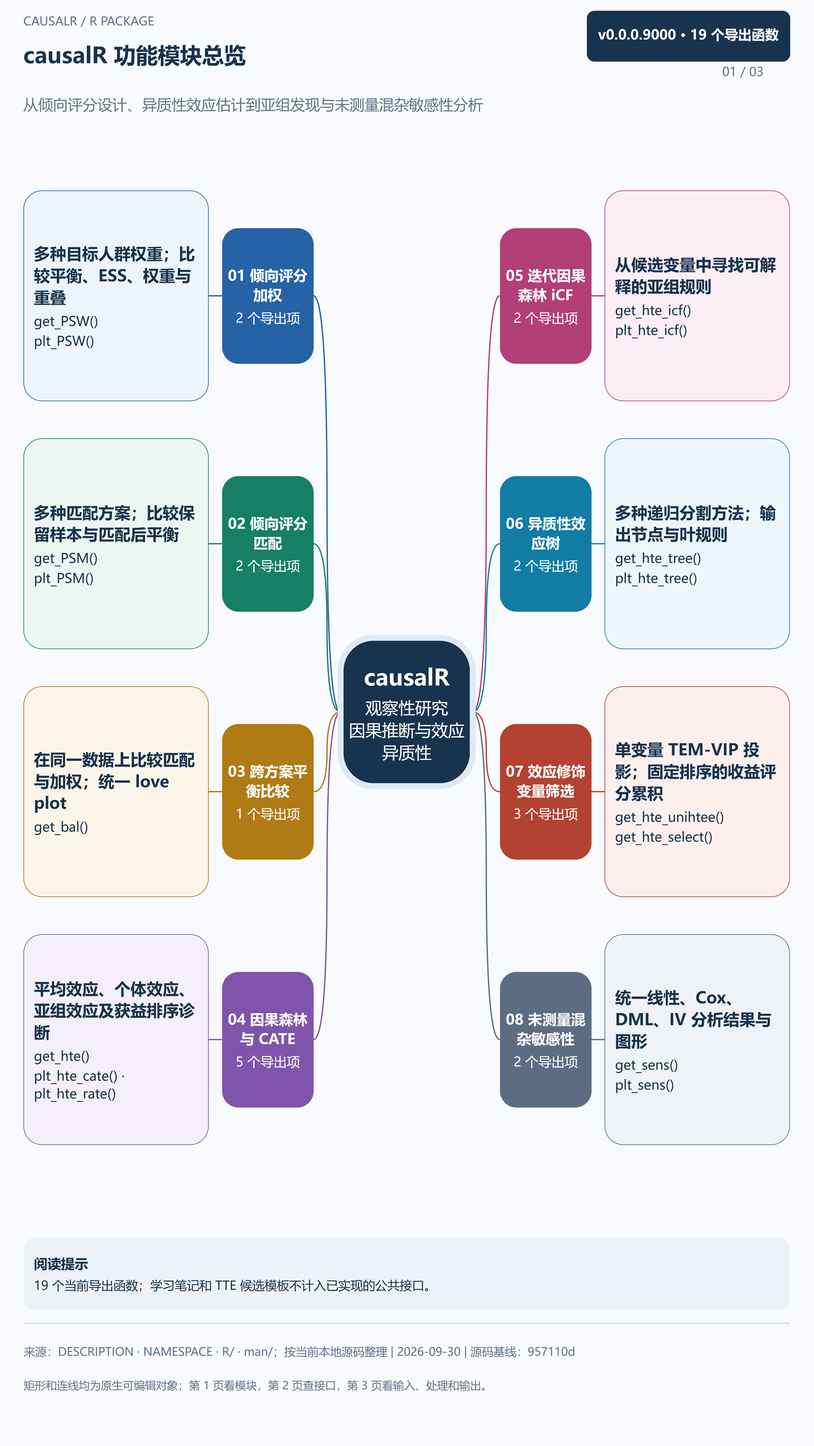
Above: docs/assets/module-maps/causalr/causalr-package-mindmap-p1.drawio.png in HUI950319/Rnotes (draw.io), before the change. Source tidied: cells renumbered, new cells last; positions are measured from the earlier drawing's top-left corner, leaving out a move shared by most shapes.
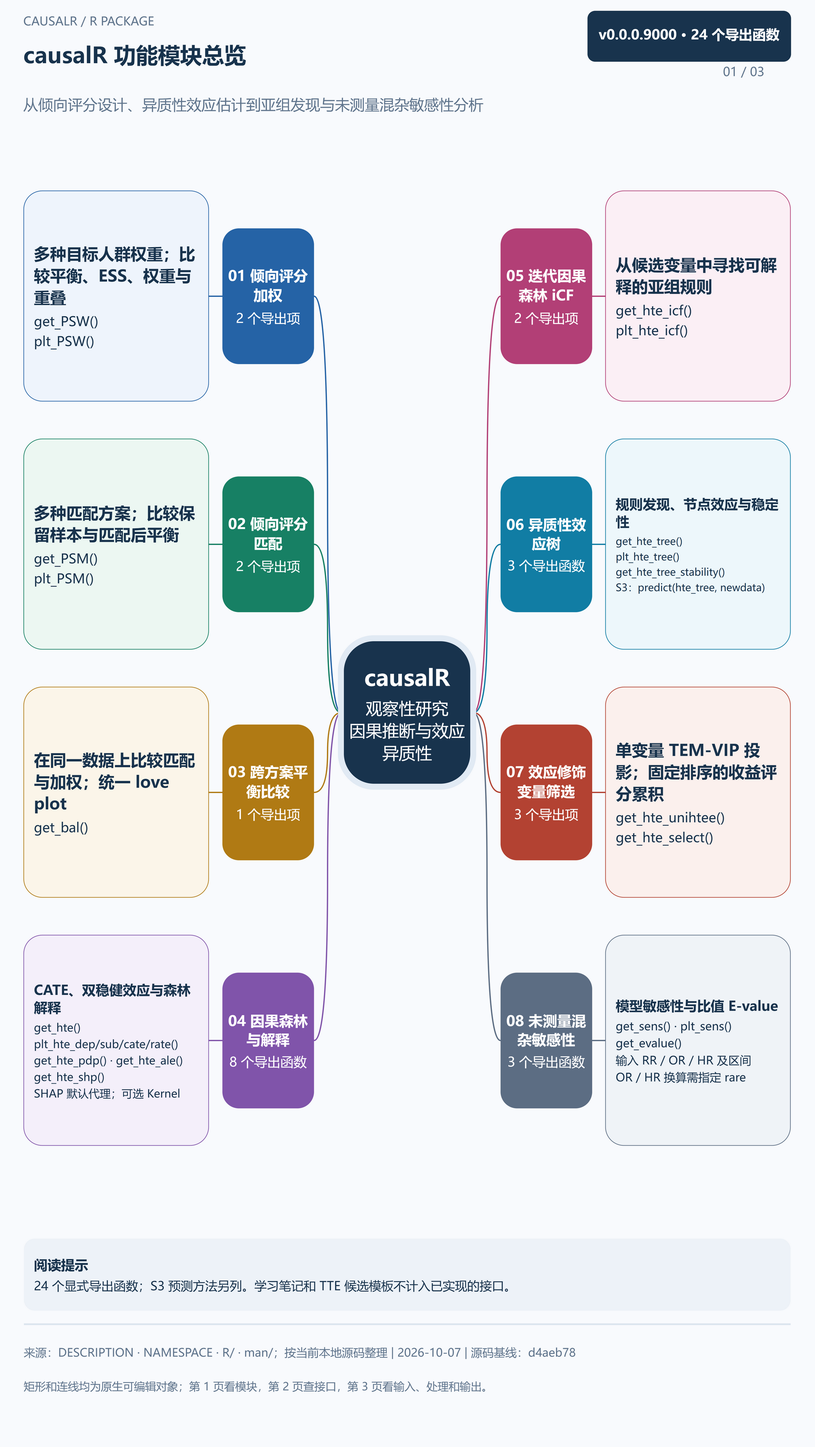
Later version of the same file.

Diff of the diagram source:
```diff
@@ -62,7 +62,7 @@
     <mxCell id="21" value="从倾向评分设计、异质性效应估计到亚组发现与未测量混杂敏感性分析" style="whiteSpace=wrap;html=1;fontFamily=Microsoft YaHei;overflow=hidden;text;fillColor=none;strokeColor=none;align=left;verticalAlign=middle;fontSize=35;fontColor=#60758D;fontStyle=0;spacing=0;" parent="1" vertex="1">
       <mxGeometry x="55" y="190" width="1810" height="110" as="geometry" />
     </mxCell>
-    <mxCell id="22" value="&lt;div style=&quot;overflow-wrap:anywhere;font-family:Microsoft YaHei,Arial;line-height:1.35;color:#FFFFFF&quot;&gt;&lt;div style=&quot;font-size:32px;font-weight:700;margin-bottom:10px&quot;&gt;v0.0.0.9000 · 19 个导出函数&lt;/div&gt;&lt;/div&gt;" style="whiteSpace=wrap;html=1;fontFamily=Microsoft YaHei;overflow=hidden;rounded=1;arcSize=15;fillColor=#18334D;strokeColor=none;fontColor=#FFFFFF;align=center;" parent="1" vertex="1">
+    <mxCell id="22" value="&lt;div style=&quot;overflow-wrap:anywhere;font-family:Microsoft YaHei,Arial;line-height:1.35;color:#FFFFFF&quot;&gt;&lt;div style=&quot;font-size:32px;font-weight:700;margin-bottom:10px&quot;&gt;v0.0.0.9000 · 24 个导出函数&lt;/div&gt;&lt;/div&gt;" style="whiteSpace=wrap;html=1;fontFamily=Microsoft YaHei;overflow=hidden;rounded=1;arcSize=15;fillColor=#18334D;strokeColor=none;fontColor=#FFFFFF;align=center;" parent="1" vertex="1">
       <mxGeometry x="1385" y="25" width="480" height="120" as="geometry" />
     </mxCell>
     <mxCell id="23" value="01 / 03" style="whiteSpace=wrap;html=1;fontFamily=Microsoft YaHei;overflow=hidden;text;fillColor=none;strokeColor=none;align=left;verticalAlign=middle;fontSize=29;fontColor=#60758D;fontStyle=0;spacing=0;" parent="1" vertex="1">
@@ -71,7 +71,7 @@
     <mxCell id="24" style="whiteSpace=wrap;html=1;fontFamily=Microsoft YaHei;overflow=hidden;fillColor=#DCE5EF;strokeColor=none;" parent="1" vertex="1">
       <mxGeometry x="56" y="3120" width="1808" height="4" as="geometry" />
     </mxCell>
-    <mxCell id="25" value="来源：DESCRIPTION · NAMESPACE · R/ · man/；按当前本地源码整理 | 2026-09-30 | 源码基线：957110d" style="whiteSpace=wrap;html=1;fontFamily=Microsoft YaHei;overflow=hidden;text;fillColor=none;strokeColor=none;align=left;verticalAlign=middle;fontSize=27;fontColor=#60758D;fontStyle=0;spacing=0;" parent="1" vertex="1">
+    <mxCell id="25" value="来源：DESCRIPTION · NAMESPACE · R/ · man/；按当前本地源码整理 | 2026-10-07 | 源码基线：d4aeb78" style="whiteSpace=wrap;html=1;fontFamily=Microsoft YaHei;overflow=hidden;text;fillColor=none;strokeColor=none;align=left;verticalAlign=middle;fontSize=27;fontColor=#60758D;fontStyle=0;spacing=0;" parent="1" vertex="1">
       <mxGeometry x="56" y="3156" width="1808" height="64" as="geometry" />
     </mxCell>
     <mxCell id="26" value="矩形和连线均为原生可编辑对象；第 1 页看模块，第 2 页查接口，第 3 页看输入、处理和输出。" style="whiteSpace=wrap;html=1;fontFamily=Microsoft YaHei;overflow=hidden;text;fillColor=none;strokeColor=none;align=left;verticalAlign=middle;fontSize=26;fontColor=#60758D;fontStyle=0;spacing=0;" parent="1" vertex="1">
@@ -98,10 +98,10 @@
     <mxCell id="33" value="&lt;div style=&quot;overflow-wrap:anywhere;font-family:Microsoft YaHei,Arial;line-height:1.35;color:#18334D&quot;&gt;&lt;div style=&quot;font-size:38px;font-weight:700;margin-bottom:10px&quot;&gt;在同一数据上比较匹配与加权；统一 love plot&lt;/div&gt;&lt;div style=&quot;font-family:Microsoft YaHei,Arial;font-size:31px;margin-top:5px&quot;&gt;get_bal()&lt;/div&gt;&lt;/div&gt;" style="whiteSpace=wrap;html=1;fontFamily=Microsoft YaHei;overflow=hidden;rounded=1;arcSize=10;fillColor=#FBF5E9;strokeColor=#B07A14;strokeWidth=1.5;align=left;spacing=24;" parent="1" vertex="1">
       <mxGeometry x="56" y="1620" width="436" height="496" as="geometry" />
     </mxCell>
-    <mxCell id="34" value="&lt;div style=&quot;overflow-wrap:anywhere;font-family:Microsoft YaHei,Arial;line-height:1.35;color:#FFFFFF&quot;&gt;&lt;div style=&quot;font-size:34px;font-weight:700;margin-bottom:10px&quot;&gt;04 因果森林与 CATE&lt;/div&gt;&lt;div style=&quot;font-family:Microsoft YaHei,Arial;font-size:31px;margin-top:5px&quot;&gt;5 个导出项&lt;/div&gt;&lt;/div&gt;" style="whiteSpace=wrap;html=1;fontFamily=Microsoft YaHei;overflow=hidden;rounded=1;arcSize=18;fillColor=#8054AA;strokeColor=none;align=center;spacing=12;" parent="1" vertex="1">
+    <mxCell id="34" value="&lt;div style=&quot;overflow-wrap:anywhere;font-family:Microsoft YaHei,Arial;line-height:1.3;color:#FFFFFF&quot;&gt;&lt;div style=&quot;font-size:34px;font-weight:700;margin-bottom:10px&quot;&gt;04 因果森林与解释&lt;/div&gt;&lt;div style=&quot;font-size:31px;margin-top:5px&quot;&gt;8 个导出函数&lt;/div&gt;&lt;/div&gt;" style="whiteSpace=wrap;html=1;fontFamily=Microsoft YaHei;overflow=hidden;rounded=1;arcSize=18;fillColor=#8054AA;strokeColor=none;align=center;spacing=12;" parent="1" vertex="1">
       <mxGeometry x="524" y="2293" width="216" height="320" as="geometry" />
     </mxCell>
-    <mxCell id="35" value="&lt;div style=&quot;overflow-wrap:anywhere;font-family:Microsoft YaHei,Arial;line-height:1.35;color:#18334D&quot;&gt;&lt;div style=&quot;font-size:38px;font-weight:700;margin-bottom:10px&quot;&gt;平均效应、个体效应、亚组效应及获益排序诊断&lt;/div&gt;&lt;div style=&quot;font-family:Microsoft YaHei,Arial;font-size:31px;margin-top:5px&quot;&gt;get_hte()&lt;/div&gt;&lt;div style=&quot;font-family:Microsoft YaHei,Arial;font-size:31px;margin-top:5px&quot;&gt;plt_hte_cate() · plt_hte_rate()&lt;/div&gt;&lt;/div&gt;" style="whiteSpace=wrap;html=1;fontFamily=Microsoft YaHei;overflow=hidden;rounded=1;arcSize=10;fillColor=#F4EFFA;strokeColor=#8054AA;strokeWidth=1.5;align=left;spacing=24;" parent="1" vertex="1">
+    <mxCell id="35" value="&lt;div style=&quot;overflow-wrap:anywhere;font-family:Microsoft YaHei,Arial;line-height:1.3;color:#18334D&quot;&gt;&lt;div style=&quot;font-size:32px;font-weight:700;margin-bottom:10px&quot;&gt;CATE、双稳健效应与森林解释&lt;/div&gt;&lt;div style=&quot;font-size:26px;margin-top:5px&quot;&gt;get_hte()&lt;/div&gt;&lt;div style=&quot;font-size:26px;margin-top:5px&quot;&gt;plt_hte_dep/sub/cate/rate()&lt;/div&gt;&lt;div style=&quot;font-size:26px;margin-top:5px&quot;&gt;get_hte_pdp() · get_hte_ale()&lt;/div&gt;&lt;div style=&quot;font-size:26px;margin-top:5px&quot;&gt;get_hte_shp()&lt;/div&gt;&lt;div style=&quot;font-size:26px;margin-top:5px&quot;&gt;SHAP 默认代理；可选 Kernel&lt;/div&gt;&lt;/div&gt;" style="whiteSpace=wrap;html=1;fontFamily=Microsoft YaHei;overflow=hidden;rounded=1;arcSize=10;fillColor=#F4EFFA;strokeColor=#8054AA;strokeWidth=1.5;align=left;spacing=24;" parent="1" vertex="1">
       <mxGeometry x="56" y="2205" width="436" height="496" as="geometry" />
     </mxCell>
     <mxCell id="36" value="&lt;div style=&quot;overflow-wrap:anywhere;font-family:Microsoft YaHei,Arial;line-height:1.35;color:#FFFFFF&quot;&gt;&lt;div style=&quot;font-size:34px;font-weight:700;margin-bottom:10px&quot;&gt;05 迭代因果森林 iCF&lt;/div&gt;&lt;div style=&quot;font-family:Microsoft YaHei,Arial;font-size:31px;margin-top:5px&quot;&gt;2 个导出项&lt;/div&gt;&lt;/div&gt;" style="whiteSpace=wrap;html=1;fontFamily=Microsoft YaHei;overflow=hidden;rounded=1;arcSize=18;fillColor=#B23F76;strokeColor=none;align=center;spacing=12;" parent="1" vertex="1">
@@ -110,10 +110,10 @@
     <mxCell id="37" value="&lt;div style=&quot;overflow-wrap:anywhere;font-family:Microsoft YaHei,Arial;line-height:1.35;color:#18334D&quot;&gt;&lt;div style=&quot;font-size:38px;font-weight:700;margin-bottom:10px&quot;&gt;从候选变量中寻找可解释的亚组规则&lt;/div&gt;&lt;div style=&quot;font-family:Microsoft YaHei,Arial;font-size:31px;margin-top:5px&quot;&gt;get_hte_icf()&lt;/div&gt;&lt;div style=&quot;font-family:Microsoft YaHei,Arial;font-size:31px;margin-top:5px&quot;&gt;plt_hte_icf()&lt;/div&gt;&lt;/div&gt;" style="whiteSpace=wrap;html=1;fontFamily=Microsoft YaHei;overflow=hidden;rounded=1;arcSize=10;fillColor=#FBEFF5;strokeColor=#B23F76;strokeWidth=1.5;align=left;spacing=24;" parent="1" vertex="1">
       <mxGeometry x="1428" y="450" width="436" height="496" as="geometry" />
     </mxCell>
-    <mxCell id="38" value="&lt;div style=&quot;overflow-wrap:anywhere;font-family:Microsoft YaHei,Arial;line-height:1.35;color:#FFFFFF&quot;&gt;&lt;div style=&quot;font-size:34px;font-weight:700;margin-bottom:10px&quot;&gt;06 异质性效应树&lt;/div&gt;&lt;div style=&quot;font-family:Microsoft YaHei,Arial;font-size:31px;margin-top:5px&quot;&gt;2 个导出项&lt;/div&gt;&lt;/div&gt;" style="whiteSpace=wrap;html=1;fontFamily=Microsoft YaHei;overflow=hidden;rounded=1;arcSize=18;fillColor=#117DA4;strokeColor=none;align=center;spacing=12;" parent="1" vertex="1">
+    <mxCell id="38" value="&lt;div style=&quot;overflow-wrap:anywhere;font-family:Microsoft YaHei,Arial;line-height:1.3;color:#FFFFFF&quot;&gt;&lt;div style=&quot;font-size:34px;font-weight:700;margin-bottom:10px&quot;&gt;06 异质性效应树&lt;/div&gt;&lt;div style=&quot;font-size:31px;margin-top:5px&quot;&gt;3 个导出函数&lt;/div&gt;&lt;/div&gt;" style="whiteSpace=wrap;html=1;fontFamily=Microsoft YaHei;overflow=hidden;rounded=1;arcSize=18;fillColor=#117DA4;strokeColor=none;align=center;spacing=12;" parent="1" vertex="1">
       <mxGeometry x="1180" y="1123" width="216" height="320" as="geometry" />
     </mxCell>
-    <mxCell id="39" value="&lt;div style=&quot;overflow-wrap:anywhere;font-family:Microsoft YaHei,Arial;line-height:1.35;color:#18334D&quot;&gt;&lt;div style=&quot;font-size:38px;font-weight:700;margin-bottom:10px&quot;&gt;多种递归分割方法；输出节点与叶规则&lt;/div&gt;&lt;div style=&quot;font-family:Microsoft YaHei,Arial;font-size:31px;margin-top:5px&quot;&gt;get_hte_tree()&lt;/div&gt;&lt;div style=&quot;font-family:Microsoft YaHei,Arial;font-size:31px;margin-top:5px&quot;&gt;plt_hte_tree()&lt;/div&gt;&lt;/div&gt;" style="whiteSpace=wrap;html=1;fontFamily=Microsoft YaHei;overflow=hidden;rounded=1;arcSize=10;fillColor=#EDF7FB;strokeColor=#117DA4;strokeWidth=1.5;align=left;spacing=24;" parent="1" vertex="1">
+    <mxCell id="39" value="&lt;div style=&quot;overflow-wrap:anywhere;font-family:Microsoft YaHei,Arial;line-height:1.3;color:#18334D&quot;&gt;&lt;div style=&quot;font-size:32px;font-weight:700;margin-bottom:10px&quot;&gt;规则发现、节点效应与稳定性&lt;/div&gt;&lt;div style=&quot;font-size:24px;margin-top:5px&quot;&gt;get_hte_tree()&lt;/div&gt;&lt;div style=&quot;font-size:24px;margin-top:5px&quot;&gt;plt_hte_tree()&lt;/div&gt;&lt;div style=&quot;font-size:24px;margin-top:5px&quot;&gt;get_hte_tree_stability()&lt;/div&gt;&lt;div style=&quot;font-size:24px;margin-top:5px&quot;&gt;S3：predict(hte_tree, newdata)&lt;/div&gt;&lt;/div&gt;" style="whiteSpace=wrap;html=1;fontFamily=Microsoft YaHei;overflow=hidden;rounded=1;arcSize=10;fillColor=#EDF7FB;strokeColor=#117DA4;strokeWidth=1.5;align=left;spacing=24;" parent="1" vertex="1">
       <mxGeometry x="1428" y="1035" width="436" height="496" as="geometry" />
     </mxCell>
     <mxCell id="40" value="&lt;div style=&quot;overflow-wrap:anywhere;font-family:Microsoft YaHei,Arial;line-height:1.35;color:#FFFFFF&quot;&gt;&lt;div style=&quot;font-size:34px;font-weight:700;margin-bottom:10px&quot;&gt;07 效应修饰变量筛选&lt;/div&gt;&lt;div style=&quot;font-family:Microsoft YaHei,Arial;font-size:31px;margin-top:5px&quot;&gt;3 个导出项&lt;/div&gt;&lt;/div&gt;" style="whiteSpace=wrap;html=1;fontFamily=Microsoft YaHei;overflow=hidden;rounded=1;arcSize=18;fillColor=#B34232;strokeColor=none;align=center;spacing=12;" parent="1" vertex="1">
@@ -122,13 +122,13 @@
     <mxCell id="41" value="&lt;div style=&quot;overflow-wrap:anywhere;font-family:Microsoft YaHei,Arial;line-height:1.35;color:#18334D&quot;&gt;&lt;div style=&quot;font-size:38px;font-weight:700;margin-bottom:10px&quot;&gt;单变量 TEM-VIP 投影；固定排序的收益评分累积&lt;/div&gt;&lt;div style=&quot;font-family:Microsoft YaHei,Arial;font-size:31px;margin-top:5px&quot;&gt;get_hte_unihtee()&lt;/div&gt;&lt;div style=&quot;font-family:Microsoft YaHei,Arial;font-size:31px;margin-top:5px&quot;&gt;get_hte_select()&lt;/div&gt;&lt;/div&gt;" style="whiteSpace=wrap;html=1;fontFamily=Microsoft YaHei;overflow=hidden;rounded=1;arcSize=10;fillColor=#FBF0ED;strokeColor=#B34232;strokeWidth=1.5;align=left;spacing=24;" parent="1" vertex="1">
       <mxGeometry x="1428" y="1620" width="436" height="496" as="geometry" />
     </mxCell>
-    <mxCell id="42" value="&lt;div style=&quot;overflow-wrap:anywhere;font-family:Microsoft YaHei,Arial;line-height:1.35;color:#FFFFFF&quot;&gt;&lt;div style=&quot;font-size:34px;font-weight:700;margin-bottom:10px&quot;&gt;08 未测量混杂敏感性&lt;/div&gt;&lt;div style=&quot;font-family:Microsoft YaHei,Arial;font-size:31px;margin-top:5px&quot;&gt;2 个导出项&lt;/div&gt;&lt;/div&gt;" style="whiteSpace=wrap;html=1;fontFamily=Microsoft YaHei;overflow=hidden;rounded=1;arcSize=18;fillColor=#5C6D83;strokeColor=none;align=center;spacing=12;" parent="1" vertex="1">
+    <mxCell id="42" value="&lt;div style=&quot;overflow-wrap:anywhere;font-family:Microsoft YaHei,Arial;line-height:1.3;color:#FFFFFF&quot;&gt;&lt;div style=&quot;font-size:34px;font-weight:700;margin-bottom:10px&quot;&gt;08 未测量混杂敏感性&lt;/div&gt;&lt;div style=&quot;font-size:31px;margin-top:5px&quot;&gt;3 个导出函数&lt;/div&gt;&lt;/div&gt;" style="whiteSpace=wrap;html=1;fontFamily=Microsoft YaHei;overflow=hidden;rounded=1;arcSize=18;fillColor=#5C6D83;strokeColor=none;align=center;spacing=12;" parent="1" vertex="1">
       <mxGeometry x="1180" y="2293" width="216" height="320" as="geometry" />
     </mxCell>
-    <mxCell id="43" value="&lt;div style=&quot;overflow-wrap:anywhere;font-family:Microsoft YaHei,Arial;line-height:1.35;color:#18334D&quot;&gt;&lt;div style=&quot;font-size:38px;font-weight:700;margin-bottom:10px&quot;&gt;统一线性、Cox、DML、IV 分析结果与图形&lt;/div&gt;&lt;div style=&quot;font-family:Microsoft YaHei,Arial;font-size:31px;margin-top:5px&quot;&gt;get_sens()&lt;/div&gt;&lt;div style=&quot;font-family:Microsoft YaHei,Arial;font-size:31px;margin-top:5px&quot;&gt;plt_sens()&lt;/div&gt;&lt;/div&gt;" style="whiteSpace=wrap;html=1;fontFamily=Microsoft YaHei;overflow=hidden;rounded=1;arcSize=10;fillColor=#EFF3F7;strokeColor=#5C6D83;strokeWidth=1.5;align=left;spacing=24;" parent="1" vertex="1">
+    <mxCell id="43" value="&lt;div style=&quot;overflow-wrap:anywhere;font-family:Microsoft YaHei,Arial;line-height:1.3;color:#18334D&quot;&gt;&lt;div style=&quot;font-size:32px;font-weight:700;margin-bottom:10px&quot;&gt;模型敏感性与比值 E-value&lt;/div&gt;&lt;div style=&quot;font-size:27px;margin-top:5px&quot;&gt;get_sens() · plt_sens()&lt;/div&gt;&lt;div style=&quot;font-size:27px;margin-top:5px&quot;&gt;get_evalue()&lt;/div&gt;&lt;div style=&quot;font-size:27px;margin-top:5px&quot;&gt;输入 RR / OR / HR 及区间&lt;/div&gt;&lt;div style=&quot;font-size:27px;margin-top:5px&quot;&gt;OR / HR 换算需指定 rare&lt;/div&gt;&lt;/div&gt;" style="whiteSpace=wrap;html=1;fontFamily=Microsoft YaHei;overflow=hidden;rounded=1;arcSize=10;fillColor=#EFF3F7;strokeColor=#5C6D83;strokeWidth=1.5;align=left;spacing=24;" parent="1" vertex="1">
       <mxGeometry x="1428" y="2205" width="436" height="496" as="geometry" />
     </mxCell>
-    <mxCell id="44" value="&lt;div style=&quot;overflow-wrap:anywhere;font-family:Microsoft YaHei,Arial;line-height:1.35;color:#18334D&quot;&gt;&lt;div style=&quot;font-size:32px;font-weight:700;margin-bottom:10px&quot;&gt;阅读提示&lt;/div&gt;&lt;div style=&quot;font-family:Microsoft YaHei,Arial;font-size:29px;margin-top:5px&quot;&gt;19 个当前导出函数；学习笔记和 TTE 候选模板不计入已实现的公共接口。&lt;/div&gt;&lt;/div&gt;" style="whiteSpace=wrap;html=1;fontFamily=Microsoft YaHei;overflow=hidden;rounded=1;fillColor=#EDF2F8;strokeColor=none;align=left;spacingLeft=22;spacingRight=20;" parent="1" vertex="1">
+    <mxCell id="44" value="&lt;div style=&quot;overflow-wrap:anywhere;font-family:Microsoft YaHei,Arial;line-height:1.3;color:#18334D&quot;&gt;&lt;div style=&quot;font-size:32px;font-weight:700;margin-bottom:10px&quot;&gt;阅读提示&lt;/div&gt;&lt;div style=&quot;font-size:29px;margin-top:5px&quot;&gt;24 个显式导出函数；S3 预测方法另列。学习笔记和 TTE 候选模板不计入已实现的接口。&lt;/div&gt;&lt;/div&gt;" style="whiteSpace=wrap;html=1;fontFamily=Microsoft YaHei;overflow=hidden;rounded=1;fillColor=#EDF2F8;strokeColor=none;align=left;spacingLeft=22;spacingRight=20;" parent="1" vertex="1">
       <mxGeometry x="56" y="2920" width="1808" height="170" as="geometry" />
     </mxCell>
   </root>
```
